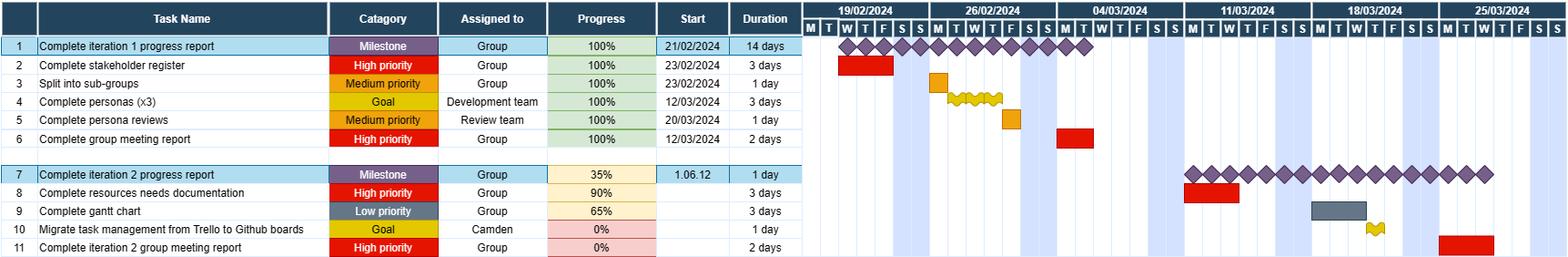
This is documentation/images/GanttChart-FINAL.png from carbonatedcaffeine/group-goku-eit, a draw.io export, as it was before one commit. Source tidied: cells renumbered, new cells last; positions are measured from the earlier drawing's top-left corner, leaving out a move shared by most shapes.
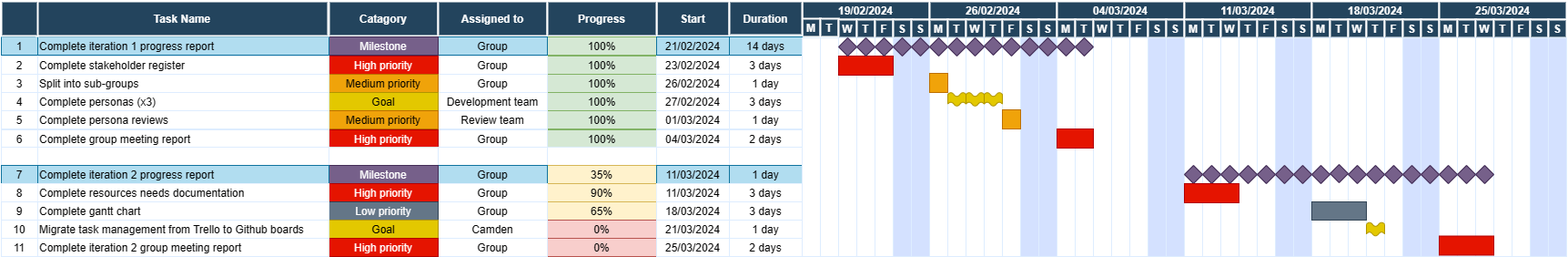
After the change.

Commit message:
Fix dates on gantt chart

Diff of the diagram source:
```diff
@@ -356,34 +356,34 @@
     <mxCell id="119" value="23/02/2024" style="strokeColor=#e9f3ff;" parent="1" vertex="1">
       <mxGeometry x="720" y="60" width="80" height="20" as="geometry" />
     </mxCell>
-    <mxCell id="120" value="23/02/2024" style="strokeColor=#DEEDFF;" parent="1" vertex="1">
+    <mxCell id="120" value="26/02/2024" style="strokeColor=#DEEDFF;" parent="1" vertex="1">
       <mxGeometry x="720" y="80" width="80" height="20" as="geometry" />
     </mxCell>
-    <mxCell id="121" value="12/03/2024" style="strokeColor=#DEEDFF;" parent="1" vertex="1">
+    <mxCell id="121" value="27/02/2024" style="strokeColor=#DEEDFF;" parent="1" vertex="1">
       <mxGeometry x="720" y="100" width="80" height="20" as="geometry" />
     </mxCell>
-    <mxCell id="122" value="20/03/2024" style="strokeColor=#DEEDFF;" parent="1" vertex="1">
+    <mxCell id="122" value="01/03/2024" style="strokeColor=#DEEDFF;" parent="1" vertex="1">
       <mxGeometry x="720" y="120" width="80" height="20" as="geometry" />
     </mxCell>
-    <mxCell id="123" value="12/03/2024" style="strokeColor=#DEEDFF;" parent="1" vertex="1">
+    <mxCell id="123" value="04/03/2024" style="strokeColor=#DEEDFF;" parent="1" vertex="1">
       <mxGeometry x="720" y="141" width="80" height="20" as="geometry" />
     </mxCell>
     <mxCell id="124" style="strokeColor=#ddedff;" parent="1" vertex="1">
       <mxGeometry x="720" y="160" width="80" height="20" as="geometry" />
     </mxCell>
-    <mxCell id="125" value="1.06.12" style="strokeColor=#10739e;fillColor=#b1ddf0;" parent="1" vertex="1">
+    <mxCell id="125" value="11/03/2024" style="strokeColor=#10739e;fillColor=#b1ddf0;" parent="1" vertex="1">
       <mxGeometry x="720" y="180" width="80" height="20" as="geometry" />
     </mxCell>
-    <mxCell id="126" style="strokeColor=#e9f3ff;" parent="1" vertex="1">
+    <mxCell id="126" value="11/03/2024" style="strokeColor=#e9f3ff;" parent="1" vertex="1">
       <mxGeometry x="720" y="200" width="80" height="20" as="geometry" />
     </mxCell>
-    <mxCell id="127" style="strokeColor=#DEEDFF;" parent="1" vertex="1">
+    <mxCell id="127" value="18/03/2024" style="strokeColor=#DEEDFF;" parent="1" vertex="1">
       <mxGeometry x="720" y="220" width="80" height="20" as="geometry" />
     </mxCell>
-    <mxCell id="128" style="strokeColor=#DEEDFF;" parent="1" vertex="1">
+    <mxCell id="128" value="21/03/2024" style="strokeColor=#DEEDFF;" parent="1" vertex="1">
       <mxGeometry x="720" y="240" width="80" height="20" as="geometry" />
     </mxCell>
-    <mxCell id="129" style="strokeColor=#DEEDFF;" parent="1" vertex="1">
+    <mxCell id="129" value="25/03/2024" style="strokeColor=#DEEDFF;" parent="1" vertex="1">
       <mxGeometry x="720" y="260" width="80" height="20" as="geometry" />
     </mxCell>
     <mxCell id="130" value="1" style="strokeColor=#10739e;fillColor=#b1ddf0;" parent="1" vertex="1">
```
